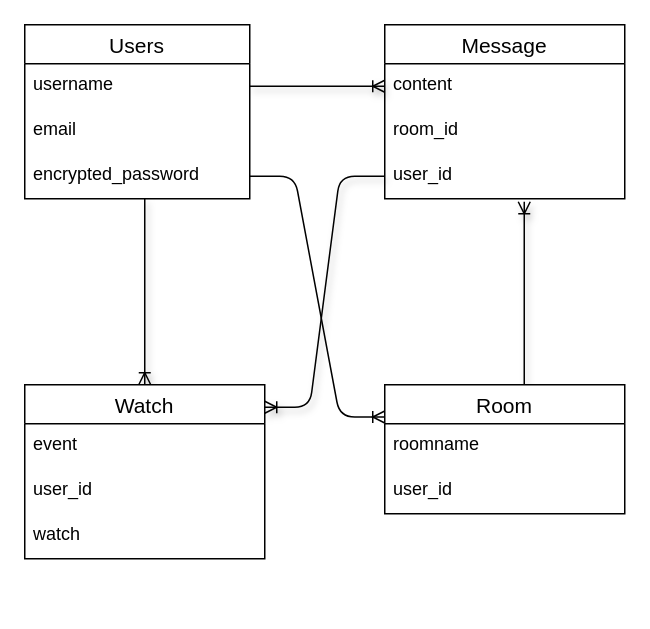
This is database.dio from GitHayato/actime, a draw.io file, before an edit. Source tidied: cells renumbered, new cells numbered last; positions are measured from the earlier drawing's top-left corner, leaving out a move shared by most shapes. Both pictures are drawn from the tidied source at 150%, with x=0, y=0 at pixel (24, 24).
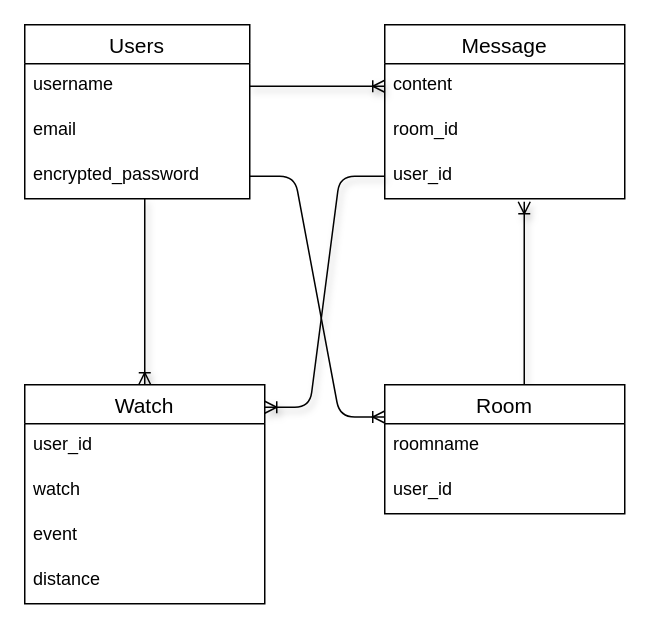
The same diagram, later.

What changed in the source:
```diff
@@
     <mxCell id="12" value="Watch" style="swimlane;fontStyle=0;horizontal=1;startSize=26;align=center;fontSize=14;" parent="1" vertex="1">
-      <mxGeometry y="240" width="160" height="116" as="geometry" />
+      <mxGeometry y="240" width="160" height="146" as="geometry" />
     </mxCell>
-    <mxCell id="13" value="event" style="text;strokeColor=none;fillColor=none;spacingLeft=4;spacingRight=4;overflow=hidden;fontSize=12;" parent="12" vertex="1">
-      <mxGeometry y="26" width="160" height="30" as="geometry" />
-    </mxCell>
     <mxCell id="14" value="user_id" style="text;strokeColor=none;fillColor=none;spacingLeft=4;spacingRight=4;overflow=hidden;fontSize=12;" parent="12" vertex="1">
-      <mxGeometry y="56" width="160" height="30" as="geometry" />
+      <mxGeometry y="26" width="160" height="30" as="geometry" />
     </mxCell>
     <mxCell id="15" value="watch" style="text;strokeColor=none;fillColor=none;spacingLeft=4;spacingRight=4;overflow=hidden;fontSize=12;" parent="12" vertex="1">
-      <mxGeometry y="86" width="160" height="30" as="geometry" />
+      <mxGeometry y="56" width="160" height="30" as="geometry" />
     </mxCell>
+    <mxCell id="13" value="event" style="text;strokeColor=none;fillColor=none;spacingLeft=4;spacingRight=4;overflow=hidden;fontSize=12;" parent="12" vertex="1">
+      <mxGeometry y="86" width="160" height="30" as="geometry" />
+    </mxCell>
+    <mxCell id="22" value="distance" style="text;strokeColor=none;fillColor=none;spacingLeft=4;spacingRight=4;overflow=hidden;fontSize=12;" parent="12" vertex="1">
+      <mxGeometry y="116" width="160" height="30" as="geometry" />
+    </mxCell>
```
